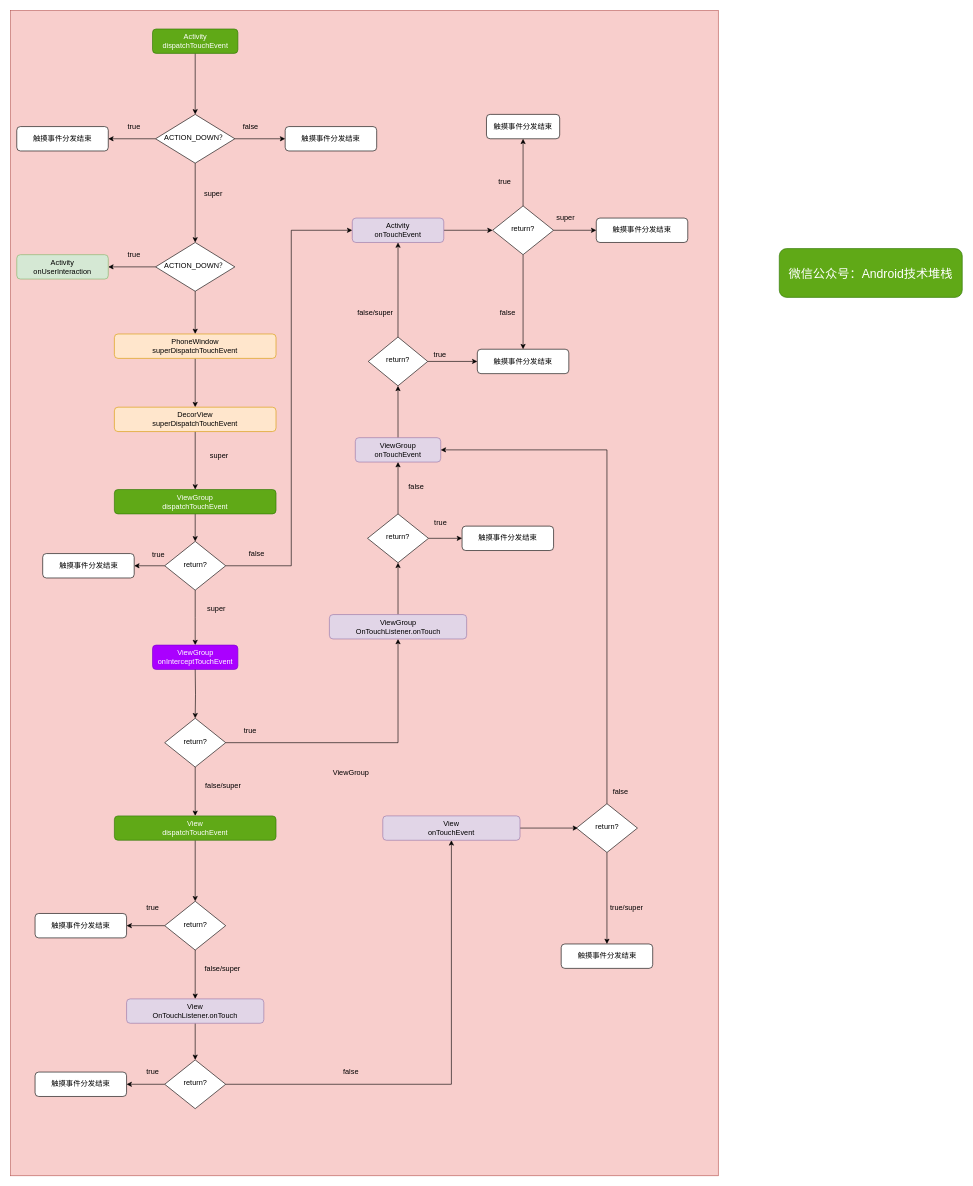
Above: page "ViewGroup对触摸事件的分发流程" (2 of 2) of View/Untitled Diagram.drawio in chaozhouzhang/learning-summary (draw.io), before the change. Source tidied: cells renumbered, new cells numbered last; positions are measured from the earlier drawing's top-left corner, leaving out a move shared by most shapes. Both pictures are drawn from the tidied source at 61%, with x=0, y=0 at pixel (10, 10).
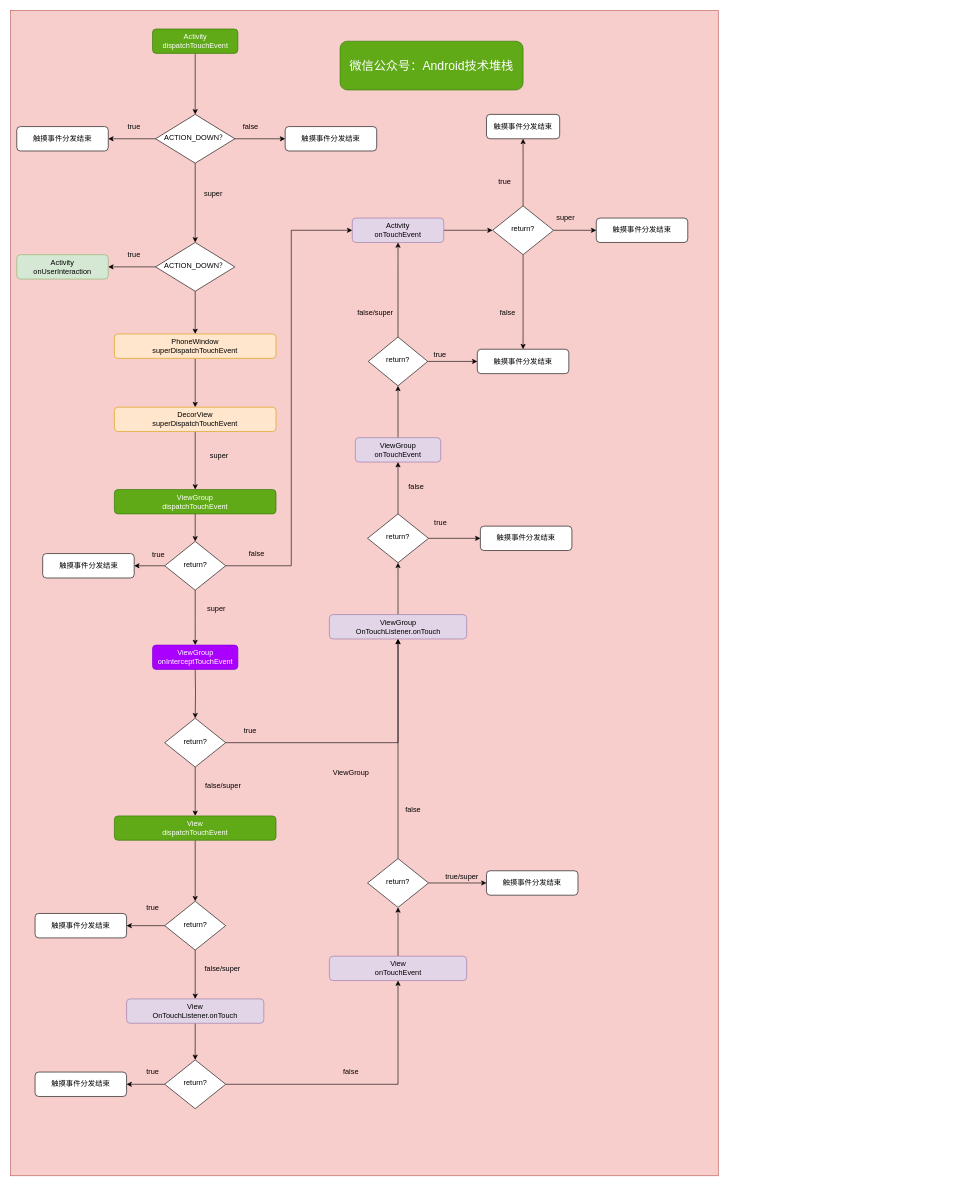
After the change.

Unchanged cells that the change refers to:
```xml
<mxCell id="40" value="ViewGroup&lt;br&gt;onTouchEvent" style="rounded=1;whiteSpace=wrap;html=1;fontSize=12;glass=0;strokeWidth=1;shadow=0;fillColor=#e1d5e7;strokeColor=#9673a6;" parent="1" vertex="1">
  <mxGeometry x="565" y="700" width="140" height="40" as="geometry" />
</mxCell>
<mxCell id="66" value="&lt;span&gt;ViewGroup&lt;br&gt;OnTouchListener.onTouch&lt;/span&gt;" style="rounded=1;whiteSpace=wrap;html=1;fontSize=12;glass=0;strokeWidth=1;shadow=0;fillColor=#e1d5e7;strokeColor=#9673a6;" parent="1" vertex="1">
  <mxGeometry x="522.5" y="990" width="225" height="40" as="geometry" />
</mxCell>
```

Diff of the diagram source:
```diff
@@
     <mxCell id="49" value="微信公众号：Android技术堆栈" style="rounded=1;whiteSpace=wrap;html=1;fontSize=20;glass=0;strokeWidth=1;shadow=0;fillColor=#60a917;strokeColor=#2D7600;fontColor=#ffffff;" parent="1" vertex="1">
-      <mxGeometry x="1260" y="390" width="300" height="80" as="geometry" />
+      <mxGeometry x="540" y="50" width="300" height="80" as="geometry" />
     </mxCell>
@@
-    <mxCell id="52" style="edgeStyle=orthogonalEdgeStyle;rounded=0;jettySize=auto;html=1;fontSize=20;" parent="1" edge="1" source="53">
-      <mxGeometry relative="1" as="geometry">
-        <mxPoint x="930" y="1340" as="targetPoint" />
-      </mxGeometry>
-    </mxCell>
+    <mxCell id="94" style="edgeStyle=orthogonalEdgeStyle;rounded=0;jettySize=auto;html=1;fontSize=12;" parent="1" edge="1" source="53" target="60">
+      <mxGeometry relative="1" as="geometry" />
+    </mxCell>
     <mxCell id="53" value="View&lt;br&gt;onTouchEvent" style="rounded=1;whiteSpace=wrap;html=1;fontSize=12;glass=0;strokeWidth=1;shadow=0;fillColor=#e1d5e7;strokeColor=#9673a6;" parent="1" vertex="1">
-      <mxGeometry x="610" y="1320" width="225" height="40" as="geometry" />
+      <mxGeometry x="522.5" y="1550" width="225" height="40" as="geometry" />
     </mxCell>
@@
-    <mxCell id="58" style="edgeStyle=orthogonalEdgeStyle;rounded=0;jettySize=auto;html=1;fontSize=12;entryX=0.5;entryY=0;entryDx=0;entryDy=0;" parent="1" edge="1" source="60" target="62">
+    <mxCell id="58" style="edgeStyle=orthogonalEdgeStyle;rounded=0;jettySize=auto;html=1;fontSize=12;entryX=0;entryY=0.5;entryDx=0;entryDy=0;" parent="1" edge="1" source="60" target="62">
       <mxGeometry relative="1" as="geometry" />
     </mxCell>
-    <mxCell id="59" style="edgeStyle=orthogonalEdgeStyle;rounded=0;jettySize=auto;html=1;exitX=0.5;exitY=0;exitDx=0;exitDy=0;entryX=1;entryY=0.5;entryDx=0;entryDy=0;fontSize=12;" parent="1" edge="1" source="60" target="40">
-      <mxGeometry relative="1" as="geometry" />
-    </mxCell>
+    <mxCell id="95" style="edgeStyle=orthogonalEdgeStyle;rounded=0;jettySize=auto;html=1;fontSize=12;entryX=0.5;entryY=1;entryDx=0;entryDy=0;" parent="1" edge="1" source="60" target="66">
+      <mxGeometry relative="1" as="geometry" />
+    </mxCell>
     <mxCell id="60" value="return?" style="rhombus;whiteSpace=wrap;html=1;shadow=0;fontFamily=Helvetica;fontSize=12;align=center;strokeWidth=1;spacing=6;spacingTop=-4;" parent="1" vertex="1">
-      <mxGeometry x="927.5" y="1300" width="100" height="80" as="geometry" />
+      <mxGeometry x="585" y="1390" width="100" height="80" as="geometry" />
     </mxCell>
@@
     <mxCell id="62" value="&lt;span&gt;触摸事件分发结束&lt;/span&gt;" style="rounded=1;whiteSpace=wrap;html=1;fontSize=12;glass=0;strokeWidth=1;shadow=0;" parent="1" vertex="1">
-      <mxGeometry x="902.5" y="1530" width="150" height="40" as="geometry" />
+      <mxGeometry x="780" y="1410" width="150" height="40" as="geometry" />
     </mxCell>
     <mxCell id="63" value="true/super" style="text;html=1;strokeColor=none;fillColor=none;align=center;verticalAlign=middle;whiteSpace=wrap;rounded=0;fontSize=12;" parent="1" vertex="1">
-      <mxGeometry x="990" y="1460" width="40" height="20" as="geometry" />
+      <mxGeometry x="720" y="1410" width="40" height="20" as="geometry" />
     </mxCell>
     <mxCell id="64" value="false" style="text;html=1;strokeColor=none;fillColor=none;align=center;verticalAlign=middle;whiteSpace=wrap;rounded=0;fontSize=12;" parent="1" vertex="1">
-      <mxGeometry x="980" y="1270" width="40" height="20" as="geometry" />
+      <mxGeometry x="640" y="1300" width="40" height="20" as="geometry" />
     </mxCell>
@@
     <mxCell id="67" value="&lt;span&gt;触摸事件分发结束&lt;/span&gt;" style="rounded=1;whiteSpace=wrap;html=1;fontSize=12;glass=0;strokeWidth=1;shadow=0;" parent="1" vertex="1">
-      <mxGeometry x="740" y="845" width="150" height="40" as="geometry" />
+      <mxGeometry x="770" y="845" width="150" height="40" as="geometry" />
     </mxCell>
```
